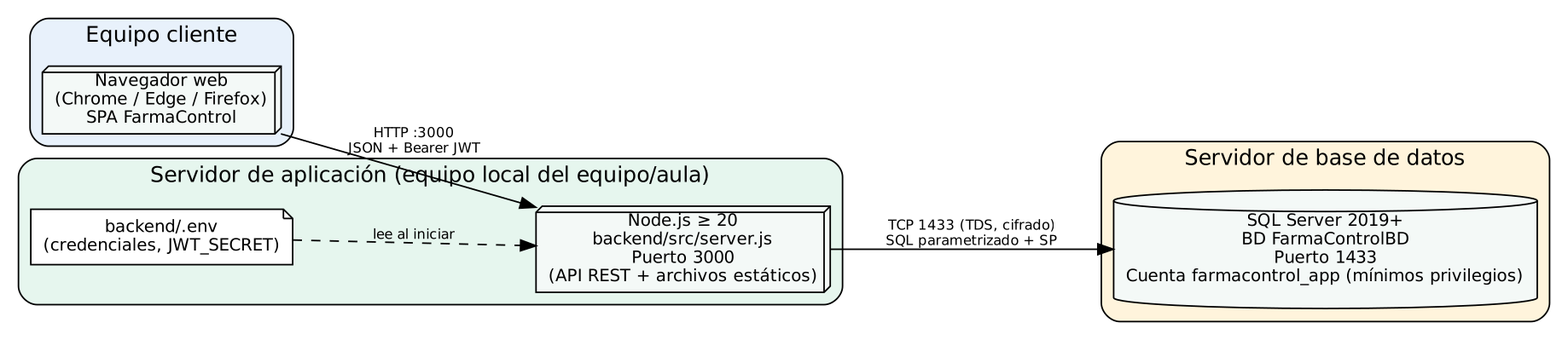
Earlier version of the Graphviz export docs/diagramas/despliegue.png (angelonavarroxd23-lab/Farma-Control). Its source is kept beside it as docs/diagramas/src/despliegue.dot.
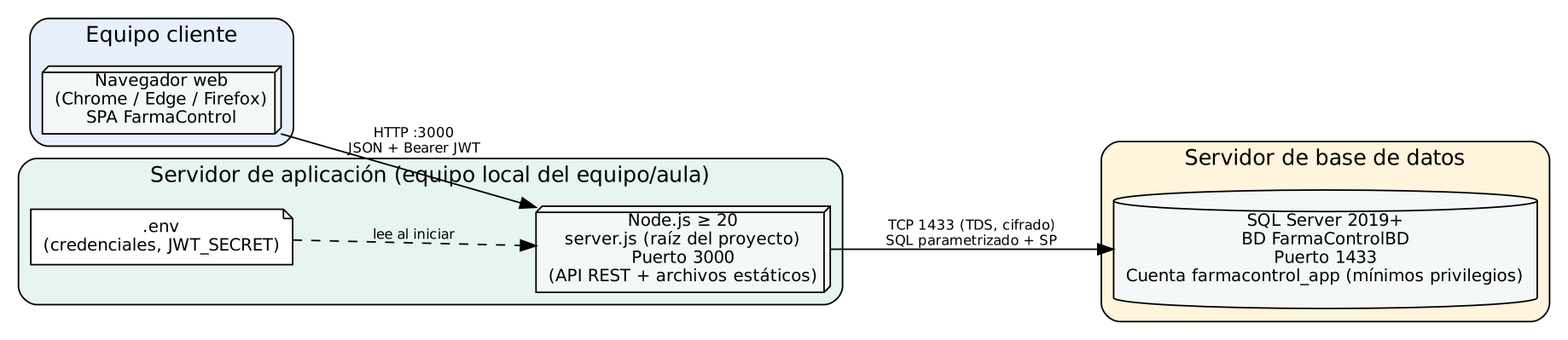
The same file after the commit.

What changed in the source:
```diff
@@ -1,6 +1,6 @@
 digraph D { rankdir=LR; bgcolor=white; compound=true; nodesep=0.5; ranksep=1.0;
 node [shape=box3d, style=filled, fillcolor="#F4F9F7", fontname=Helvetica, fontsize=11]; edge [fontname=Helvetica, fontsize=9];
 subgraph cluster_pc { label="Equipo cliente"; style="rounded,filled"; fillcolor="#E8F1FB"; fontname=Helvetica; nav [label="Navegador web\n(Chrome / Edge / Firefox)\nSPA FarmaControl"]; }
-subgraph cluster_app { label="Servidor de aplicación (equipo local del equipo/aula)"; style="rounded,filled"; fillcolor="#E6F6EE"; fontname=Helvetica; node1 [label="Node.js ≥ 20\nbackend/src/server.js\nPuerto 3000\n(API REST + archivos estáticos)"]; env [label="backend/.env\n(credenciales, JWT_SECRET)", shape=note, fillcolor="#FFFFFF"]; }
+subgraph cluster_app { label="Servidor de aplicación (equipo local del equipo/aula)"; style="rounded,filled"; fillcolor="#E6F6EE"; fontname=Helvetica; node1 [label="Node.js ≥ 20\nserver.js (raíz del proyecto)\nPuerto 3000\n(API REST + archivos estáticos)"]; env [label=".env\n(credenciales, JWT_SECRET)", shape=note, fillcolor="#FFFFFF"]; }
 subgraph cluster_db { label="Servidor de base de datos"; style="rounded,filled"; fillcolor="#FFF4DC"; fontname=Helvetica; sql [label="SQL Server 2019+\nBD FarmaControlBD\nPuerto 1433\nCuenta farmacontrol_app (mínimos privilegios)", shape=cylinder]; }
 nav -> node1 [label="HTTP :3000\nJSON + Bearer JWT"]; env -> node1 [style=dashed, label="lee al iniciar"]; node1 -> sql [label="TCP 1433 (TDS, cifrado)\nSQL parametrizado + SP"]; }
```
